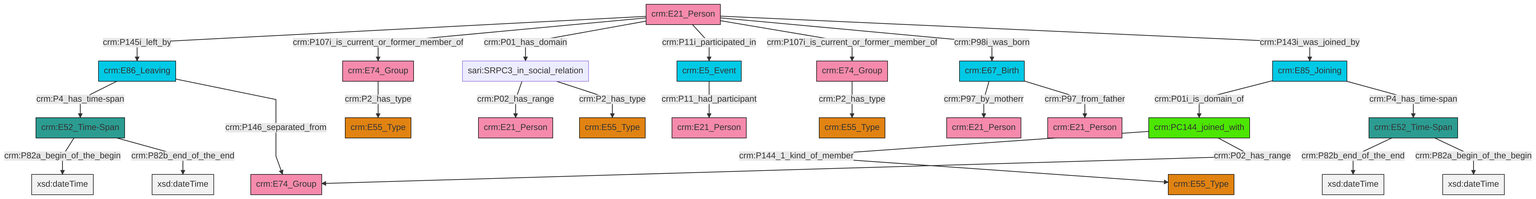
This is et/personCSV/ttl/mmd/png/Person_Actor_Relations.png from swiss-art-research-net/docs.swissartresearch, a Mermaid export, as it was before one commit. Its source is kept beside it as et/personCSV/ttl/mmd/Person_Actor_Relations.ttl.mmd.
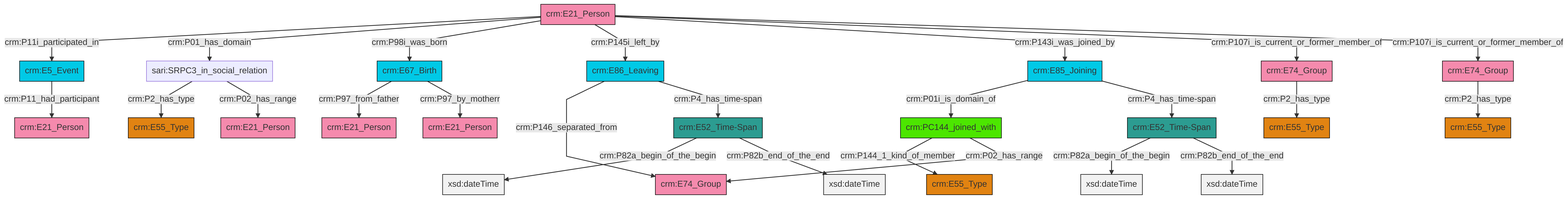
After the change.

What changed in the source:
```diff
@@ -13,27 +13,27 @@
 classDef PC_Classes fill:#4ce600, stroke:#000000;
 classDef Multi fill:#cccccc,stroke:#000000;
 
-0["crm:E21_Person"]:::Actor -->|crm:P145i_left_by| 1["crm:E86_Leaving"]:::Temporal_Entity
-0["crm:E21_Person"]:::Actor -->|crm:P107i_is_current_or_former_member_of| 10["crm:E74_Group"]:::Actor
-16["crm:PC144_joined_with"]:::PC_Classes -->|crm:P144_1_kind_of_member| 12["crm:E55_Type"]:::Type
-2["crm:E52_Time-Span"]:::Time-Span -->|crm:P82a_begin_of_the_begin| 17[xsd:dateTime]:::Literal
-18["crm:E74_Group"]:::Actor -->|crm:P2_has_type| 14["crm:E55_Type"]:::Type
-21["sari:SRPC3_in_social_relation"]:::Default -->|crm:P02_has_range| 22["crm:E21_Person"]:::Actor
-23["crm:E85_Joining"]:::Temporal_Entity -->|crm:P01i_is_domain_of| 16["crm:PC144_joined_with"]:::PC_Classes
-1["crm:E86_Leaving"]:::Temporal_Entity -->|crm:P4_has_time-span| 2["crm:E52_Time-Span"]:::Time-Span
-16["crm:PC144_joined_with"]:::PC_Classes -->|crm:P02_has_range| 4["crm:E74_Group"]:::Actor
-0["crm:E21_Person"]:::Actor -->|crm:P01_has_domain| 21["sari:SRPC3_in_social_relation"]:::Default
-23["crm:E85_Joining"]:::Temporal_Entity -->|crm:P4_has_time-span| 19["crm:E52_Time-Span"]:::Time-Span
-0["crm:E21_Person"]:::Actor -->|crm:P11i_participated_in| 8["crm:E5_Event"]:::Temporal_Entity
-21["sari:SRPC3_in_social_relation"]:::Default -->|crm:P2_has_type| 24["crm:E55_Type"]:::Type
-19["crm:E52_Time-Span"]:::Time-Span -->|crm:P82b_end_of_the_end| 26[xsd:dateTime]:::Literal
-1["crm:E86_Leaving"]:::Temporal_Entity -->|crm:P146_separated_from| 4["crm:E74_Group"]:::Actor
-10["crm:E74_Group"]:::Actor -->|crm:P2_has_type| 6["crm:E55_Type"]:::Type
-27["crm:E67_Birth"]:::Temporal_Entity -->|crm:P97_by_motherr| 28["crm:E21_Person"]:::Actor
-0["crm:E21_Person"]:::Actor -->|crm:P107i_is_current_or_former_member_of| 18["crm:E74_Group"]:::Actor
-8["crm:E5_Event"]:::Temporal_Entity -->|crm:P11_had_participant| 33["crm:E21_Person"]:::Actor
-0["crm:E21_Person"]:::Actor -->|crm:P98i_was_born| 27["crm:E67_Birth"]:::Temporal_Entity
-2["crm:E52_Time-Span"]:::Time-Span -->|crm:P82b_end_of_the_end| 39[xsd:dateTime]:::Literal
-19["crm:E52_Time-Span"]:::Time-Span -->|crm:P82a_begin_of_the_begin| 41[xsd:dateTime]:::Literal
-0["crm:E21_Person"]:::Actor -->|crm:P143i_was_joined_by| 23["crm:E85_Joining"]:::Temporal_Entity
-27["crm:E67_Birth"]:::Temporal_Entity -->|crm:P97_from_father| 34["crm:E21_Person"]:::Actor
+0["crm:E67_Birth"]:::Temporal_Entity -->|crm:P97_from_father| 1["crm:E21_Person"]:::Actor
+2["crm:E21_Person"]:::Actor -->|crm:P11i_participated_in| 3["crm:E5_Event"]:::Temporal_Entity
+2["crm:E21_Person"]:::Actor -->|crm:P01_has_domain| 6["sari:SRPC3_in_social_relation"]:::Default
+2["crm:E21_Person"]:::Actor -->|crm:P98i_was_born| 0["crm:E67_Birth"]:::Temporal_Entity
+2["crm:E21_Person"]:::Actor -->|crm:P145i_left_by| 7["crm:E86_Leaving"]:::Temporal_Entity
+6["sari:SRPC3_in_social_relation"]:::Default -->|crm:P2_has_type| 12["crm:E55_Type"]:::Type
+13["crm:E74_Group"]:::Actor -->|crm:P2_has_type| 9["crm:E55_Type"]:::Type
+2["crm:E21_Person"]:::Actor -->|crm:P143i_was_joined_by| 16["crm:E85_Joining"]:::Temporal_Entity
+7["crm:E86_Leaving"]:::Temporal_Entity -->|crm:P146_separated_from| 22["crm:E74_Group"]:::Actor
+23["crm:PC144_joined_with"]:::PC_Classes -->|crm:P144_1_kind_of_member| 24["crm:E55_Type"]:::Type
+2["crm:E21_Person"]:::Actor -->|crm:P107i_is_current_or_former_member_of| 13["crm:E74_Group"]:::Actor
+25["crm:E52_Time-Span"]:::Time-Span -->|crm:P82a_begin_of_the_begin| 26[xsd:dateTime]:::Literal
+3["crm:E5_Event"]:::Temporal_Entity -->|crm:P11_had_participant| 20["crm:E21_Person"]:::Actor
+23["crm:PC144_joined_with"]:::PC_Classes -->|crm:P02_has_range| 22["crm:E74_Group"]:::Actor
+25["crm:E52_Time-Span"]:::Time-Span -->|crm:P82b_end_of_the_end| 30[xsd:dateTime]:::Literal
+16["crm:E85_Joining"]:::Temporal_Entity -->|crm:P01i_is_domain_of| 23["crm:PC144_joined_with"]:::PC_Classes
+6["sari:SRPC3_in_social_relation"]:::Default -->|crm:P02_has_range| 18["crm:E21_Person"]:::Actor
+7["crm:E86_Leaving"]:::Temporal_Entity -->|crm:P4_has_time-span| 31["crm:E52_Time-Span"]:::Time-Span
+31["crm:E52_Time-Span"]:::Time-Span -->|crm:P82a_begin_of_the_begin| 32[xsd:dateTime]:::Literal
+16["crm:E85_Joining"]:::Temporal_Entity -->|crm:P4_has_time-span| 25["crm:E52_Time-Span"]:::Time-Span
+38["crm:E74_Group"]:::Actor -->|crm:P2_has_type| 4["crm:E55_Type"]:::Type
+31["crm:E52_Time-Span"]:::Time-Span -->|crm:P82b_end_of_the_end| 44[xsd:dateTime]:::Literal
+2["crm:E21_Person"]:::Actor -->|crm:P107i_is_current_or_former_member_of| 38["crm:E74_Group"]:::Actor
+0["crm:E67_Birth"]:::Temporal_Entity -->|crm:P97_by_motherr| 28["crm:E21_Person"]:::Actor
```
